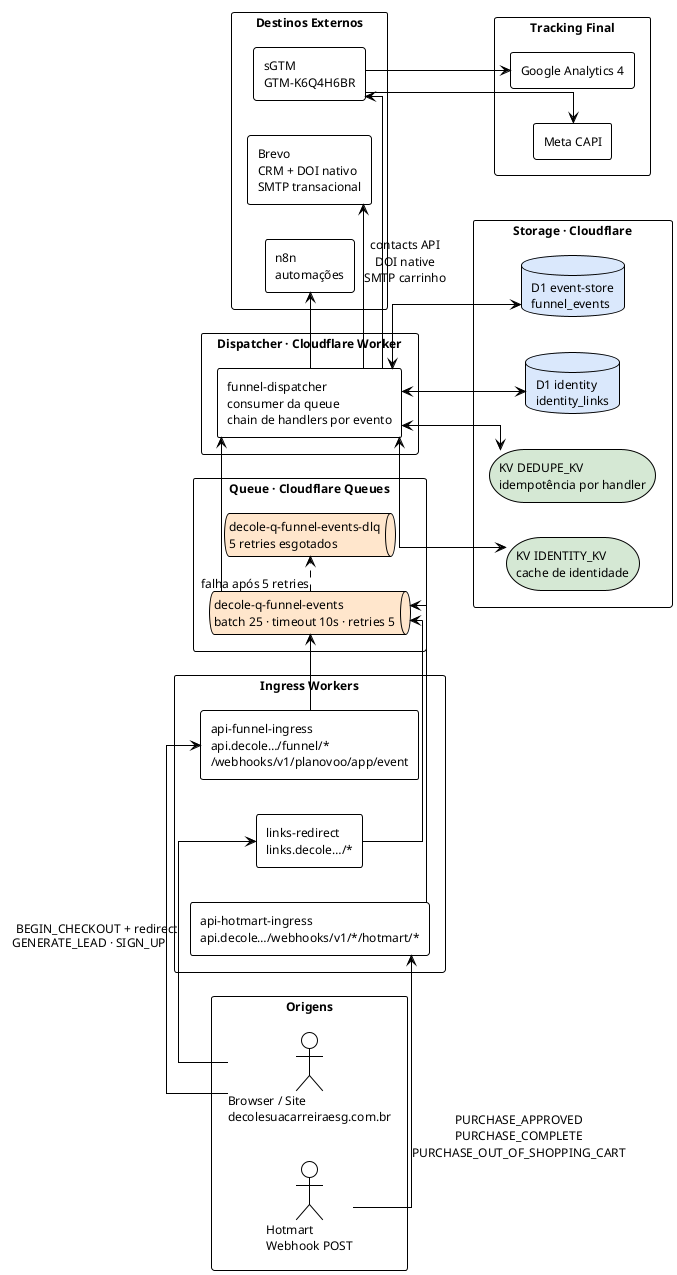
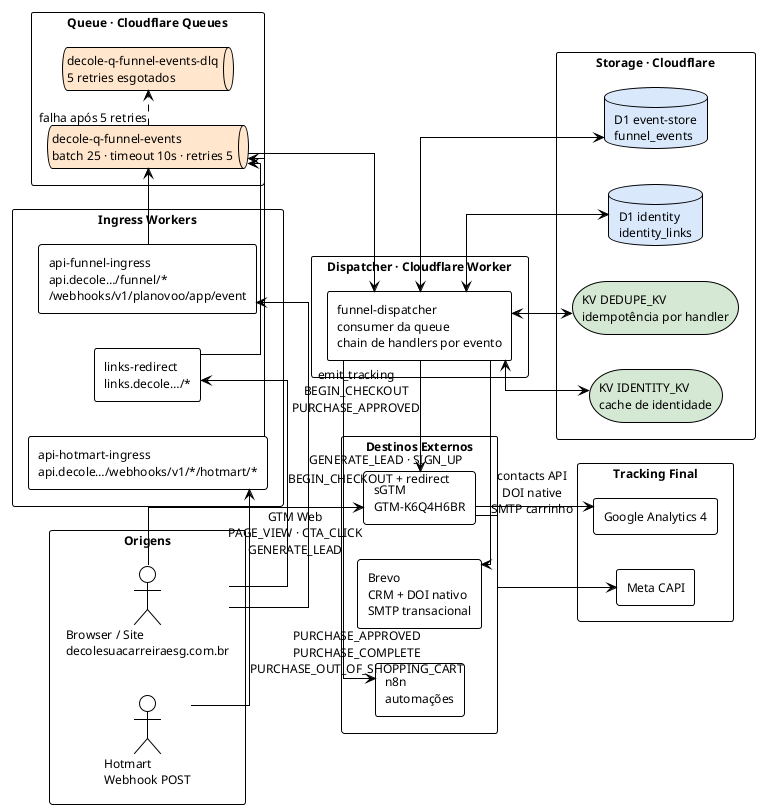
@startuml arquitetura-sistema
!theme plain
skinparam linetype ortho
skinparam backgroundColor #FFFFFF
skinparam defaultFontSize 12
skinparam packageStyle rectangle
skinparam componentStyle rectangle
skinparam databaseBackgroundColor #DAE8FC
skinparam storageBackgroundColor #D5E8D4
skinparam queueBackgroundColor #FFE6CC

left to right direction

package "Origens" {
  actor "Browser / Site\ndecolesuacarreiraesg.com.br" as Browser
  actor "Hotmart\nWebhook POST" as Hotmart
}

package "Ingress Workers" as Ingress {
  component "api-funnel-ingress\napi.decole…/funnel/*\n/webhooks/v1/planovoo/app/event" as FI
  component "links-redirect\nlinks.decole…/*" as LR
  component "api-hotmart-ingress\napi.decole…/webhooks/v1/*/hotmart/*" as HI
}

package "Queue · Cloudflare Queues" as Queues {
  queue "decole-q-funnel-events\nbatch 25 · timeout 10s · retries 5" as Q
  queue "decole-q-funnel-events-dlq\n5 retries esgotados" as DLQ
}

package "Dispatcher · Cloudflare Worker" as Disp {
  component "funnel-dispatcher\nconsumer da queue\nchain de handlers por evento" as FD
}

package "Storage · Cloudflare" as Storage {
  database "D1 event-store\nfunnel_events" as D1E
  database "D1 identity\nidentity_links" as D1I
  storage "KV DEDUPE_KV\nidempotência por handler" as KVD
  storage "KV IDENTITY_KV\ncache de identidade" as KVI
}

package "Destinos Externos" as Externos {
  component "sGTM\nGTM-K6Q4H6BR" as sGTM
  component "Brevo\nCRM + DOI nativo\nSMTP transacional" as Brevo
  component "n8n\nautomações" as N8N
}

package "Tracking Final" as Tracking {
  component "Google Analytics 4" as GA4
  component "Meta CAPI" as Meta
}

Browser -right-> FI : GENERATE_LEAD · SIGN_UP
Browser -right-> LR : BEGIN_CHECKOUT + redirect
+ Browser -down-> sGTM : GTM Web\nPAGE_VIEW · CTA_CLICK\nGENERATE_LEAD
Hotmart -right-> HI : PURCHASE_APPROVED\nPURCHASE_COMPLETE\nPURCHASE_OUT_OF_SHOPPING_CART

FI -right-> Q
LR -right-> Q
HI -right-> Q
Q .right.> DLQ : falha após 5 retries

Q -right-> FD

FD <-down-> D1E
FD <-down-> D1I
FD <-down-> KVD
FD <-down-> KVI
- FD -right-> sGTM
+ FD -right-> sGTM : emit_tracking\nBEGIN_CHECKOUT\nPURCHASE_APPROVED
FD -right-> Brevo : contacts API\nDOI native\nSMTP carrinho
FD -right-> N8N

sGTM -down-> GA4
sGTM -down-> Meta

@enduml
